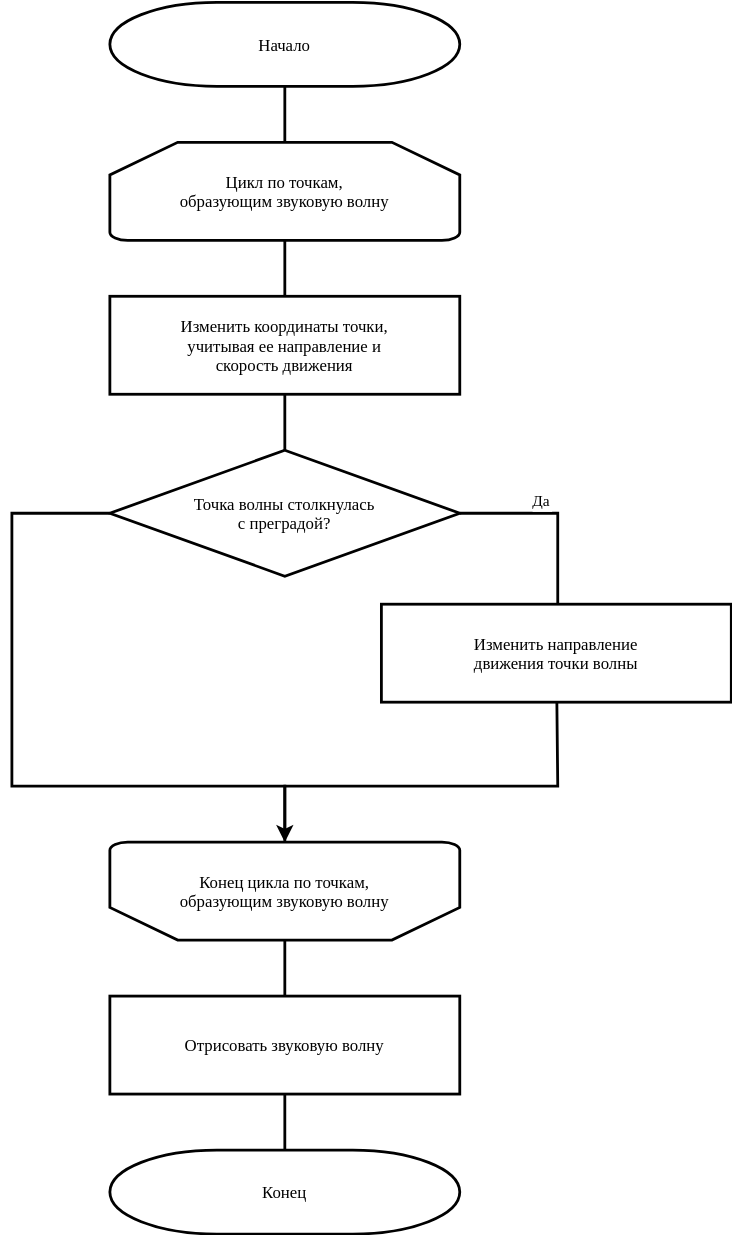
This is doc/Tex/diagrams/sound.svg from pstpn/CG-Course, a draw.io export, as it was before one commit. Source tidied: cells renumbered, new cells last; positions are measured from the earlier drawing's top-left corner, leaving out a move shared by most shapes.
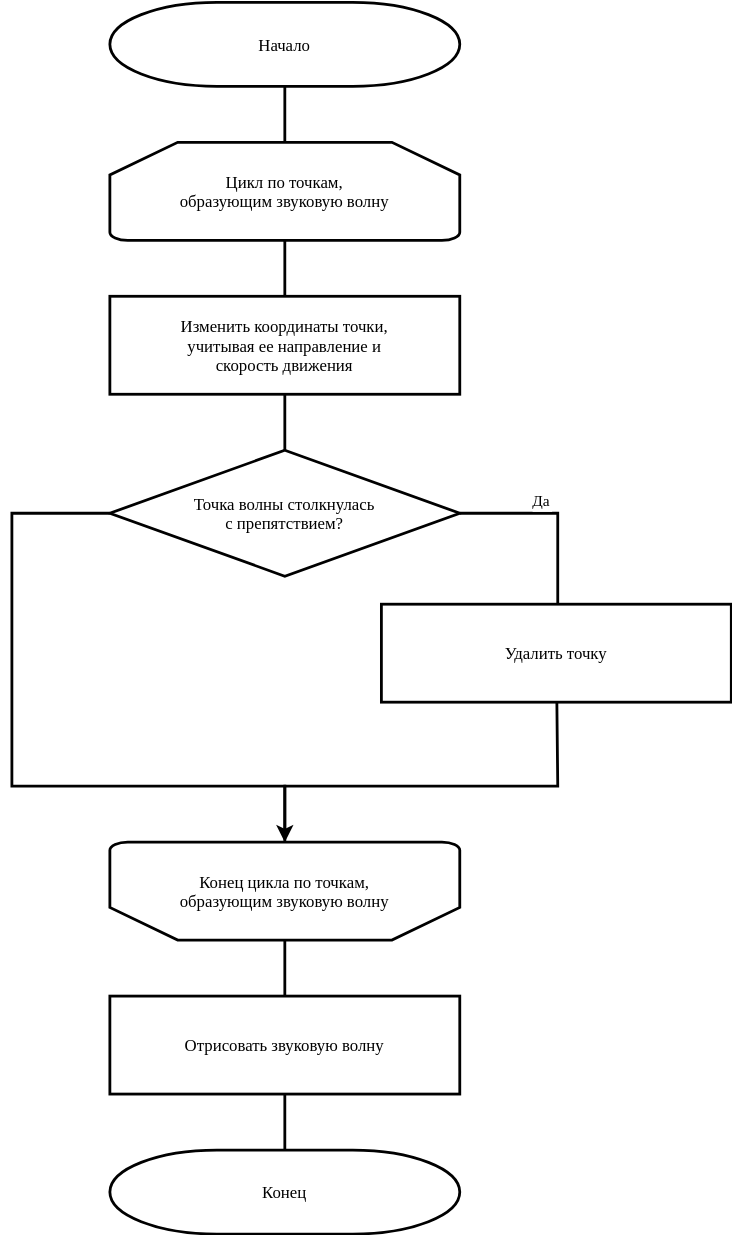
The same diagram one commit later.

The edit, as a diff of the source:
```diff
@@ -8,7 +8,7 @@
     <mxCell id="3" value="Цикл по точкам, &#10;образующим звуковую волну" style="strokeWidth=2;shape=mxgraph.flowchart.loop_limit;verticalAlign=middle;fontFamily=Times New Roman;" parent="1" vertex="1">
       <mxGeometry x="70" y="100" width="250" height="70" as="geometry" />
     </mxCell>
-    <mxCell id="4" value="Точка волны столкнулась&#10;с преградой?" style="strokeWidth=2;shape=mxgraph.flowchart.decision;verticalAlign=middle;fontFamily=Times New Roman;" parent="1" vertex="1">
+    <mxCell id="4" value="Точка волны столкнулась&#10;с препятствием?" style="strokeWidth=2;shape=mxgraph.flowchart.decision;verticalAlign=middle;fontFamily=Times New Roman;" parent="1" vertex="1">
       <mxGeometry x="70" y="320" width="250" height="90" as="geometry" />
     </mxCell>
     <mxCell id="5" style="endArrow=none;rounded=0;verticalAlign=middle;strokeWidth=2;fontFamily=Times New Roman;" parent="1" edge="1" source="17" target="3">
@@ -28,7 +28,7 @@
         <mxPoint x="1" y="-7" as="offset" />
       </mxGeometry>
     </mxCell>
-    <mxCell id="8" value="Изменить направление &#10;движения точки волны" style="rounded=0;strokeWidth=2;verticalAlign=middle;fontFamily=Times New Roman;" parent="1" vertex="1">
+    <mxCell id="8" value="Удалить точку" style="rounded=0;strokeWidth=2;verticalAlign=middle;fontFamily=Times New Roman;" parent="1" vertex="1">
       <mxGeometry x="264" y="430" width="250" height="70" as="geometry" />
     </mxCell>
     <mxCell id="9" style="endArrow=none;rounded=0;verticalAlign=middle;strokeWidth=2;fontFamily=Times New Roman;" parent="1" edge="1" source="11" target="8">
```
